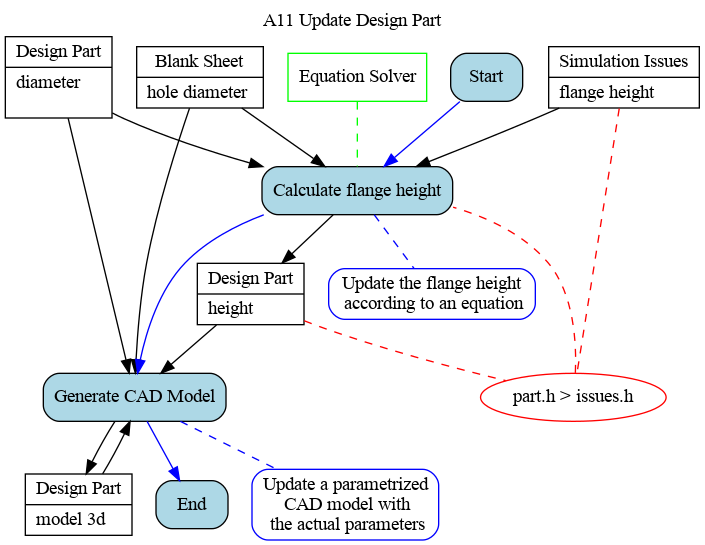
ModelsforManufacturing/hole-flanging-by-SPIF-in-a-single-stage keeps this Graphviz diagram as Ontology_Layer/Behaviour_Model/01_A11.gv.png. Above is the earlier version. Its source is kept beside it as Ontology_Layer/Behaviour_Model/01_A11.gv.
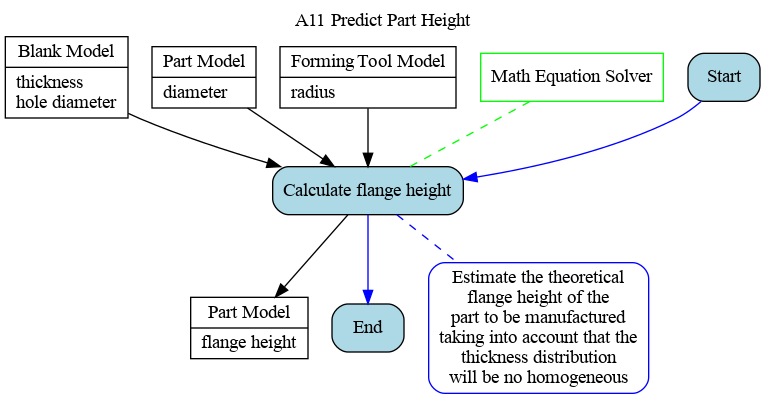
After the change.

What changed in the source:
```diff
@@ -1,47 +1,39 @@
 digraph behaviourmodel {
 
 labelloc="t"
-label="A11 Update Design Part"
+label="A11 Predict Part Height"
 
 node [shape=record, style=filled, fillcolor=white, color=black]
-part_d [label="{Design Part | diameter \l \l}"]
-part_h [label="{Design Part | height \l}"]
-part_m [label="{Design Part | model 3d \l}"]
-blank [label="{Blank Sheet | hole diameter \l}"]
-iss_sim [label="{Simulation Issues | flange height \l}"]
+blank [label="{Blank Model|thickness\lhole diameter\l}"];
+part0 [label="{Part Model|diameter\l}"];
+tool [label="{Forming Tool Model|radius\l}"];
+part [label="{Part Model|flange height\l}"];
 
 node [shape=box, style=filled, fillcolor=white, color=green]
-m1 [label="Equation Solver"]
+m1 [label="Math Equation Solver"]
 
 node [shape=box, style="filled, rounded", fillcolor=lightblue, color=black]
 Start
 t1 [label="Calculate flange height"]
-t2 [label="Generate CAD Model"]
 End
 
 node [shape=box, style="filled, rounded", fillcolor=white, color=blue]
-r1 [label="Update the flange height\n according to an equation"]
-r2 [label="Update a parametrized\n CAD model with\n the actual parameters"]
+r1 [label="Estimate the theoretical\nflange height of the\npart to be manufactured\ntaking into account that the\nthickness distribution\nwill be no homogeneous"]
 
 edge [dir=none, color=blue, style=dashed]
 t1 -> r1
-t2 -> r2
 
 edge [dir=forward, color=blue, fontcolor=blue, style=solid]
-Start -> t1 -> t2 -> End
+Start -> t1 -> End
 
 edge [dir=none, color=green, style=dashed]
 m1 -> t1
 
 edge [dir=forward, color=black, fontcolor=black, style=solid]
-{part_d, blank, iss_sim} -> t1
-t1 -> part_h
-{part_d, blank, part_h, part_m} -> t2 -> part_m
+{blank, tool, part0} -> t1 -> part
 
 node [shape=ellipse, style=filled, fillcolor=white, color=red]
-c1 [label="part.h > issues.h"]
 
 edge [dir=none, color=red, style=dashed]
-{part_h, iss_sim} -> c1 -> t1
 
 }
```
